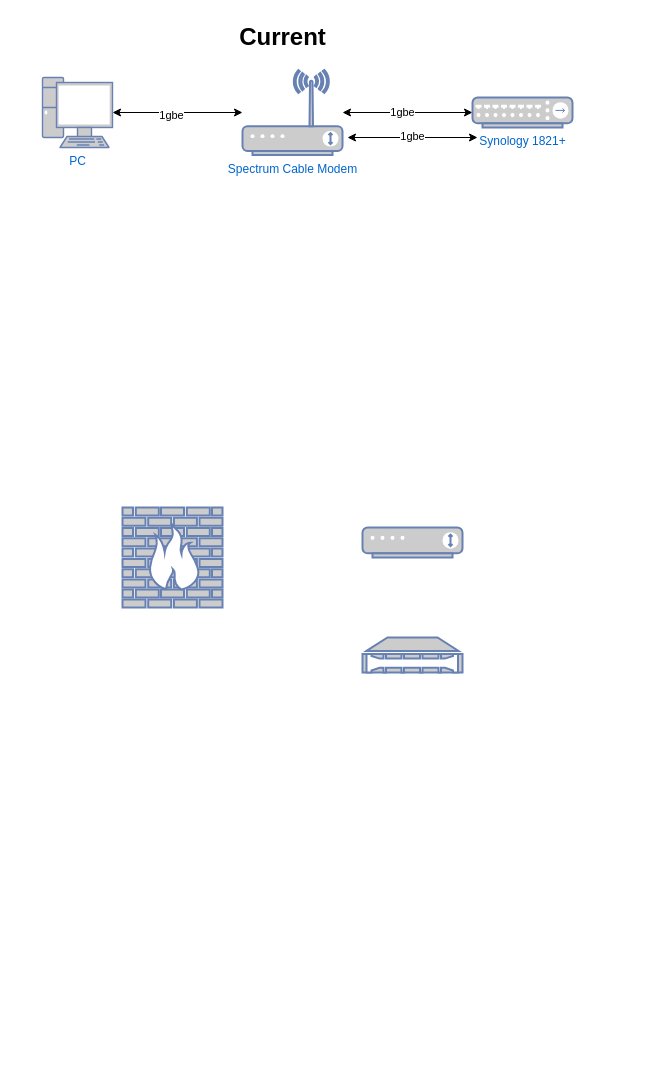
Earlier version of the draw.io diagram ajuniverse.drawio (mervincm/5MarsLabs-Public). Source tidied: cells renumbered, new cells numbered last; positions are measured from the earlier drawing's top-left corner, leaving out a move shared by most shapes. Both pictures are drawn from the tidied source at 100%, with x=0, y=0 at pixel (42, 17).
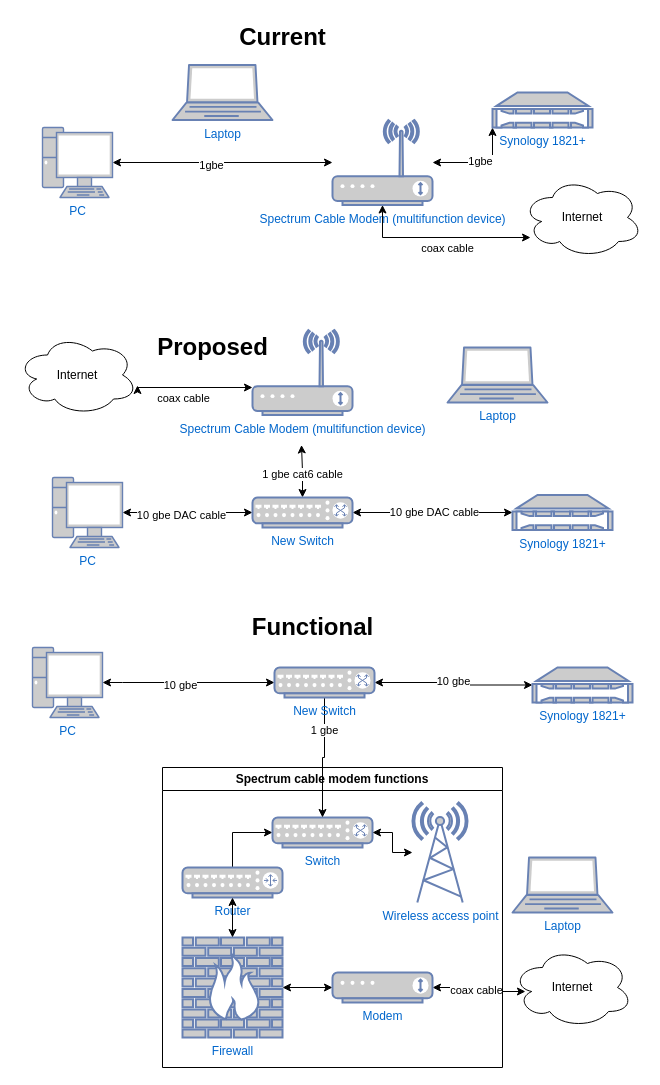
After the change.

Change to the diagram source:
```diff
@@
     <mxCell id="4" value="PC" style="fontColor=#0066CC;verticalAlign=top;verticalLabelPosition=bottom;labelPosition=center;align=center;html=1;outlineConnect=0;fillColor=#CCCCCC;strokeColor=#6881B3;gradientColor=none;gradientDirection=north;strokeWidth=2;shape=mxgraph.networks.pc;" parent="1" vertex="1">
-      <mxGeometry y="60" width="70" height="70" as="geometry" />
+      <mxGeometry y="110" width="70" height="70" as="geometry" />
     </mxCell>
-    <mxCell id="5" style="fontColor=#0066CC;verticalAlign=top;verticalLabelPosition=bottom;labelPosition=center;align=center;html=1;outlineConnect=0;fillColor=#CCCCCC;strokeColor=#6881B3;gradientColor=none;gradientDirection=north;strokeWidth=2;shape=mxgraph.networks.firewall;" parent="1" vertex="1">
-      <mxGeometry x="80" y="490" width="100" height="100" as="geometry" />
+    <mxCell id="5" value="Firewall" style="fontColor=#0066CC;verticalAlign=top;verticalLabelPosition=bottom;labelPosition=center;align=center;html=1;outlineConnect=0;fillColor=#CCCCCC;strokeColor=#6881B3;gradientColor=none;gradientDirection=north;strokeWidth=2;shape=mxgraph.networks.firewall;" parent="1" vertex="1">
+      <mxGeometry x="140" y="920" width="100" height="100" as="geometry" />
     </mxCell>
-    <mxCell id="6" style="edgeStyle=orthogonalEdgeStyle;rounded=0;jettySize=auto;html=1;startArrow=classic;startFill=1;" parent="1" edge="1" source="8" target="11">
-      <mxGeometry relative="1" as="geometry" />
-    </mxCell>
-    <mxCell id="7" value="1gbe" style="edgeLabel;html=1;align=center;verticalAlign=middle;" parent="6" vertex="1">
-      <mxGeometry x="0.09" y="-1" relative="1" as="geometry" />
-    </mxCell>
-    <mxCell id="8" value="Synology 1821+" style="fontColor=#0066CC;verticalAlign=top;verticalLabelPosition=bottom;labelPosition=center;align=center;html=1;outlineConnect=0;fillColor=#CCCCCC;strokeColor=#6881B3;gradientColor=none;gradientDirection=north;strokeWidth=2;shape=mxgraph.networks.hub;" parent="1" vertex="1">
-      <mxGeometry x="430" y="80" width="100" height="30" as="geometry" />
-    </mxCell>
-    <mxCell id="9" style="fontColor=#0066CC;verticalAlign=top;verticalLabelPosition=bottom;labelPosition=center;align=center;html=1;outlineConnect=0;fillColor=#CCCCCC;strokeColor=#6881B3;gradientColor=none;gradientDirection=north;strokeWidth=2;shape=mxgraph.networks.modem;" parent="1" vertex="1">
-      <mxGeometry x="320" y="510" width="100" height="30" as="geometry" />
-    </mxCell>
-    <mxCell id="10" style="fontColor=#0066CC;verticalAlign=top;verticalLabelPosition=bottom;labelPosition=center;align=center;html=1;fillColor=#CCCCCC;strokeColor=#6881B3;gradientColor=none;gradientDirection=north;strokeWidth=2;shape=mxgraph.networks.nas_filer;" parent="1" vertex="1">
-      <mxGeometry x="320" y="620" width="100" height="35" as="geometry" />
-    </mxCell>
+    <mxCell id="15" style="edgeStyle=orthogonalEdgeStyle;rounded=0;jettySize=auto;html=1;startArrow=classic;startFill=1;" parent="1" edge="1" source="9" target="5">
+      <mxGeometry relative="1" as="geometry" />
+    </mxCell>
-    <mxCell id="11" value="Spectrum Cable Modem" style="fontColor=#0066CC;verticalAlign=top;verticalLabelPosition=bottom;labelPosition=center;align=center;html=1;outlineConnect=0;fillColor=#CCCCCC;strokeColor=#6881B3;gradientColor=none;gradientDirection=north;strokeWidth=2;shape=mxgraph.networks.wireless_modem;" parent="1" vertex="1">
-      <mxGeometry x="200" y="52.5" width="100" height="85" as="geometry" />
+    <mxCell id="11" value="Spectrum Cable Modem (multifunction device)&lt;div&gt;&lt;br&gt;&lt;/div&gt;" style="fontColor=#0066CC;verticalAlign=top;verticalLabelPosition=bottom;labelPosition=center;align=center;html=1;outlineConnect=0;fillColor=#CCCCCC;strokeColor=#6881B3;gradientColor=none;gradientDirection=north;strokeWidth=2;shape=mxgraph.networks.wireless_modem;" parent="1" vertex="1">
+      <mxGeometry x="290" y="102.5" width="100" height="85" as="geometry" />
     </mxCell>
@@
-    <mxCell id="13" style="edgeStyle=orthogonalEdgeStyle;rounded=0;orthogonalLoop=1;jettySize=auto;html=1;startArrow=classic;startFill=1;" parent="1" edge="1">
-      <mxGeometry relative="1" as="geometry">
-        <mxPoint x="435" y="120" as="sourcePoint" />
-        <mxPoint x="305" y="120" as="targetPoint" />
-      </mxGeometry>
+    <mxCell id="13" style="edgeStyle=orthogonalEdgeStyle;rounded=0;jettySize=auto;html=1;startArrow=classic;startFill=1;exitX=0;exitY=1;exitDx=0;exitDy=0;exitPerimeter=0;" parent="1" edge="1" source="32" target="11">
+      <mxGeometry relative="1" as="geometry" />
     </mxCell>
@@
+    <mxCell id="16" value="PC" style="fontColor=#0066CC;verticalAlign=top;verticalLabelPosition=bottom;labelPosition=center;align=center;html=1;outlineConnect=0;fillColor=#CCCCCC;strokeColor=#6881B3;gradientColor=none;gradientDirection=north;strokeWidth=2;shape=mxgraph.networks.pc;" parent="1" vertex="1">
+      <mxGeometry x="-10" y="630" width="70" height="70" as="geometry" />
+    </mxCell>
+    <mxCell id="17" value="Functional" style="text;strokeColor=none;fillColor=none;html=1;fontSize=24;fontStyle=1;verticalAlign=middle;align=center;" parent="1" vertex="1">
+      <mxGeometry x="220" y="590" width="100" height="40" as="geometry" />
+    </mxCell>
+    <mxCell id="18" style="edgeStyle=orthogonalEdgeStyle;rounded=0;jettySize=auto;html=1;startArrow=classic;startFill=1;entryX=1;entryY=0.5;entryDx=0;entryDy=0;entryPerimeter=0;" parent="1" edge="1" source="33" target="53">
+      <mxGeometry relative="1" as="geometry" />
+    </mxCell>
+    <mxCell id="19" value="10 gbe" style="edgeLabel;html=1;align=center;verticalAlign=middle;" parent="18" vertex="1">
+      <mxGeometry x="0.02" y="-2" relative="1" as="geometry" />
+    </mxCell>
+    <mxCell id="20" style="edgeStyle=orthogonalEdgeStyle;rounded=0;jettySize=auto;html=1;entryX=0;entryY=0.5;entryDx=0;entryDy=0;entryPerimeter=0;" parent="1" edge="1" source="21" target="22">
+      <mxGeometry relative="1" as="geometry" />
+    </mxCell>
+    <mxCell id="21" value="Router" style="fontColor=#0066CC;verticalAlign=top;verticalLabelPosition=bottom;labelPosition=center;align=center;html=1;outlineConnect=0;fillColor=#CCCCCC;strokeColor=#6881B3;gradientColor=none;gradientDirection=north;strokeWidth=2;shape=mxgraph.networks.router;" parent="1" vertex="1">
+      <mxGeometry x="140" y="850" width="100" height="30" as="geometry" />
+    </mxCell>
+    <mxCell id="22" value="Switch" style="fontColor=#0066CC;verticalAlign=top;verticalLabelPosition=bottom;labelPosition=center;align=center;html=1;outlineConnect=0;fillColor=#CCCCCC;strokeColor=#6881B3;gradientColor=none;gradientDirection=north;strokeWidth=2;shape=mxgraph.networks.switch;" parent="1" vertex="1">
+      <mxGeometry x="230" y="800" width="100" height="30" as="geometry" />
+    </mxCell>
+    <mxCell id="23" style="edgeStyle=orthogonalEdgeStyle;rounded=0;jettySize=auto;html=1;startArrow=classic;startFill=1;entryX=1;entryY=0.5;entryDx=0;entryDy=0;entryPerimeter=0;" parent="1" edge="1" source="26" target="22">
+      <mxGeometry relative="1" as="geometry" />
+    </mxCell>
+    <mxCell id="24" style="edgeStyle=orthogonalEdgeStyle;rounded=0;jettySize=auto;html=1;startArrow=classic;startFill=1;exitX=1;exitY=0.5;exitDx=0;exitDy=0;exitPerimeter=0;" parent="1" edge="1" source="16" target="53">
+      <mxGeometry relative="1" as="geometry">
+        <Array as="points">
+          <mxPoint x="80" y="665" />
+        </Array>
+      </mxGeometry>
+    </mxCell>
+    <mxCell id="25" value="10 gbe" style="edgeLabel;html=1;align=center;verticalAlign=middle;" parent="24" vertex="1">
+      <mxGeometry x="-0.11" y="-2" relative="1" as="geometry" />
+    </mxCell>
+    <mxCell id="26" value="Wireless access point" style="fontColor=#0066CC;verticalAlign=top;verticalLabelPosition=bottom;labelPosition=center;align=center;html=1;outlineConnect=0;fillColor=#CCCCCC;strokeColor=#6881B3;gradientColor=none;gradientDirection=north;strokeWidth=2;shape=mxgraph.networks.radio_tower;" parent="1" vertex="1">
+      <mxGeometry x="370" y="785" width="55" height="100" as="geometry" />
+    </mxCell>
+    <mxCell id="27" style="edgeStyle=orthogonalEdgeStyle;rounded=0;jettySize=auto;html=1;startArrow=classic;startFill=1;" parent="1" edge="1" source="54" target="11">
+      <mxGeometry relative="1" as="geometry">
+        <Array as="points">
+          <mxPoint x="340" y="220" />
+        </Array>
+      </mxGeometry>
+    </mxCell>
+    <mxCell id="28" value="coax cable" style="edgeLabel;html=1;align=center;verticalAlign=middle;" parent="27" vertex="1">
+      <mxGeometry x="0.02" y="-2" relative="1" as="geometry">
+        <mxPoint x="8" y="12" as="offset" />
+      </mxGeometry>
+    </mxCell>
+    <mxCell id="29" style="edgeStyle=orthogonalEdgeStyle;rounded=0;jettySize=auto;html=1;startArrow=classic;startFill=1;exitX=0.108;exitY=0.55;exitDx=0;exitDy=0;exitPerimeter=0;" parent="1" edge="1" source="56" target="9">
+      <mxGeometry relative="1" as="geometry" />
+    </mxCell>
+    <mxCell id="30" value="coax cable" style="edgeLabel;html=1;align=center;verticalAlign=middle;" parent="29" vertex="1">
+      <mxGeometry x="0.02" y="-2" relative="1" as="geometry" />
+    </mxCell>
+    <mxCell id="31" style="edgeStyle=orthogonalEdgeStyle;rounded=0;jettySize=auto;html=1;entryX=0.5;entryY=1;entryDx=0;entryDy=0;entryPerimeter=0;startArrow=classic;startFill=1;" parent="1" edge="1" source="5" target="21">
+      <mxGeometry relative="1" as="geometry" />
+    </mxCell>
+    <mxCell id="32" value="Synology 1821+" style="fontColor=#0066CC;verticalAlign=top;verticalLabelPosition=bottom;labelPosition=center;align=center;html=1;outlineConnect=0;fillColor=#CCCCCC;strokeColor=#6881B3;gradientColor=none;gradientDirection=north;strokeWidth=2;shape=mxgraph.networks.nas_filer;" parent="1" vertex="1">
+      <mxGeometry x="450" y="75" width="100" height="35" as="geometry" />
+    </mxCell>
+    <mxCell id="33" value="Synology 1821+" style="fontColor=#0066CC;verticalAlign=top;verticalLabelPosition=bottom;labelPosition=center;align=center;html=1;outlineConnect=0;fillColor=#CCCCCC;strokeColor=#6881B3;gradientColor=none;gradientDirection=north;strokeWidth=2;shape=mxgraph.networks.nas_filer;" parent="1" vertex="1">
+      <mxGeometry x="490" y="650" width="100" height="35" as="geometry" />
+    </mxCell>
+    <mxCell id="34" value="Laptop&lt;div&gt;&lt;br&gt;&lt;/div&gt;" style="fontColor=#0066CC;verticalAlign=top;verticalLabelPosition=bottom;labelPosition=center;align=center;html=1;fillColor=#CCCCCC;strokeColor=#6881B3;gradientColor=none;gradientDirection=north;strokeWidth=2;shape=mxgraph.networks.laptop;" parent="1" vertex="1">
+      <mxGeometry x="130" y="47.5" width="100" height="55" as="geometry" />
+    </mxCell>
+    <mxCell id="35" value="Laptop&lt;div&gt;&lt;br&gt;&lt;/div&gt;" style="fontColor=#0066CC;verticalAlign=top;verticalLabelPosition=bottom;labelPosition=center;align=center;html=1;fillColor=#CCCCCC;strokeColor=#6881B3;gradientColor=none;gradientDirection=north;strokeWidth=2;shape=mxgraph.networks.laptop;" parent="1" vertex="1">
+      <mxGeometry x="470" y="840" width="100" height="55" as="geometry" />
+    </mxCell>
+    <mxCell id="36" value="Spectrum cable modem functions" style="swimlane;whiteSpace=wrap;html=1;" parent="1" vertex="1">
+      <mxGeometry x="120" y="750" width="340" height="300" as="geometry" />
+    </mxCell>
+    <mxCell id="9" value="Modem" style="fontColor=#0066CC;verticalAlign=top;verticalLabelPosition=bottom;labelPosition=center;align=center;html=1;outlineConnect=0;fillColor=#CCCCCC;strokeColor=#6881B3;gradientColor=none;gradientDirection=north;strokeWidth=2;shape=mxgraph.networks.modem;" parent="36" vertex="1">
+      <mxGeometry x="170" y="205" width="100" height="30" as="geometry" />
+    </mxCell>
+    <mxCell id="37" style="edgeStyle=orthogonalEdgeStyle;rounded=0;jettySize=auto;html=1;startArrow=classic;startFill=1;entryX=0;entryY=0.5;entryDx=0;entryDy=0;entryPerimeter=0;" parent="1" edge="1" source="39" target="50">
+      <mxGeometry relative="1" as="geometry" />
+    </mxCell>
+    <mxCell id="38" value="10 gbe DAC cable" style="edgeLabel;html=1;align=center;verticalAlign=middle;" parent="37" vertex="1">
+      <mxGeometry x="-0.11" y="-2" relative="1" as="geometry" />
+    </mxCell>
+    <mxCell id="39" value="PC" style="fontColor=#0066CC;verticalAlign=top;verticalLabelPosition=bottom;labelPosition=center;align=center;html=1;outlineConnect=0;fillColor=#CCCCCC;strokeColor=#6881B3;gradientColor=none;gradientDirection=north;strokeWidth=2;shape=mxgraph.networks.pc;" parent="1" vertex="1">
+      <mxGeometry x="10" y="460" width="70" height="70" as="geometry" />
+    </mxCell>
+    <mxCell id="40" style="edgeStyle=orthogonalEdgeStyle;rounded=0;jettySize=auto;html=1;startArrow=classic;startFill=1;entryX=1;entryY=0.631;entryDx=0;entryDy=0;entryPerimeter=0;" parent="1" edge="1" source="41" target="55">
+      <mxGeometry relative="1" as="geometry">
+        <Array as="points">
+          <mxPoint x="95" y="370" />
+        </Array>
+      </mxGeometry>
+    </mxCell>
+    <mxCell id="41" value="Spectrum Cable Modem (multifunction device)&lt;div&gt;&lt;br&gt;&lt;/div&gt;" style="fontColor=#0066CC;verticalAlign=top;verticalLabelPosition=bottom;labelPosition=center;align=center;html=1;outlineConnect=0;fillColor=#CCCCCC;strokeColor=#6881B3;gradientColor=none;gradientDirection=north;strokeWidth=2;shape=mxgraph.networks.wireless_modem;" parent="1" vertex="1">
+      <mxGeometry x="210" y="312.5" width="100" height="85" as="geometry" />
+    </mxCell>
+    <mxCell id="42" value="Proposed" style="text;strokeColor=none;fillColor=none;html=1;fontSize=24;fontStyle=1;verticalAlign=middle;align=center;" parent="1" vertex="1">
+      <mxGeometry x="120" y="310" width="100" height="40" as="geometry" />
+    </mxCell>
+    <mxCell id="43" style="edgeStyle=orthogonalEdgeStyle;rounded=0;jettySize=auto;html=1;startArrow=classic;startFill=1;entryX=1;entryY=0.5;entryDx=0;entryDy=0;entryPerimeter=0;exitX=0;exitY=0.5;exitDx=0;exitDy=0;exitPerimeter=0;" parent="1" edge="1" source="48" target="50">
+      <mxGeometry relative="1" as="geometry" />
+    </mxCell>
+    <mxCell id="44" value="10 gbe DAC cable" style="edgeLabel;html=1;align=center;verticalAlign=middle;" parent="43" vertex="1">
+      <mxGeometry x="-0.01" y="-1" relative="1" as="geometry" />
+    </mxCell>
+    <mxCell id="45" style="edgeStyle=orthogonalEdgeStyle;rounded=0;jettySize=auto;html=1;startArrow=classic;startFill=1;" parent="1" edge="1" source="50">
+      <mxGeometry relative="1" as="geometry">
+        <mxPoint x="259" y="427.5" as="targetPoint" />
+      </mxGeometry>
+    </mxCell>
+    <mxCell id="46" value="coax cable" style="edgeLabel;html=1;align=center;verticalAlign=middle;" parent="45" vertex="1">
+      <mxGeometry x="0.02" y="-2" relative="1" as="geometry">
+        <mxPoint x="-121" y="-73" as="offset" />
+      </mxGeometry>
+    </mxCell>
+    <mxCell id="47" value="1 gbe cat6 cable" style="edgeLabel;html=1;align=center;verticalAlign=middle;" parent="45" vertex="1">
+      <mxGeometry x="-0.09" y="1" relative="1" as="geometry" />
+    </mxCell>
+    <mxCell id="48" value="Synology 1821+" style="fontColor=#0066CC;verticalAlign=top;verticalLabelPosition=bottom;labelPosition=center;align=center;html=1;outlineConnect=0;fillColor=#CCCCCC;strokeColor=#6881B3;gradientColor=none;gradientDirection=north;strokeWidth=2;shape=mxgraph.networks.nas_filer;" parent="1" vertex="1">
+      <mxGeometry x="470" y="477.5" width="100" height="35" as="geometry" />
+    </mxCell>
+    <mxCell id="49" value="Laptop&lt;div&gt;&lt;br&gt;&lt;/div&gt;" style="fontColor=#0066CC;verticalAlign=top;verticalLabelPosition=bottom;labelPosition=center;align=center;html=1;fillColor=#CCCCCC;strokeColor=#6881B3;gradientColor=none;gradientDirection=north;strokeWidth=2;shape=mxgraph.networks.laptop;" parent="1" vertex="1">
+      <mxGeometry x="405" y="330" width="100" height="55" as="geometry" />
+    </mxCell>
+    <mxCell id="50" value="New Switch" style="fontColor=#0066CC;verticalAlign=top;verticalLabelPosition=bottom;labelPosition=center;align=center;html=1;outlineConnect=0;fillColor=#CCCCCC;strokeColor=#6881B3;gradientColor=none;gradientDirection=north;strokeWidth=2;shape=mxgraph.networks.switch;" parent="1" vertex="1">
+      <mxGeometry x="210" y="480" width="100" height="30" as="geometry" />
+    </mxCell>
+    <mxCell id="51" style="edgeStyle=orthogonalEdgeStyle;rounded=0;jettySize=auto;html=1;" parent="1" edge="1" source="53" target="22">
+      <mxGeometry relative="1" as="geometry" />
+    </mxCell>
+    <mxCell id="52" value="1 gbe" style="edgeLabel;html=1;align=center;verticalAlign=middle;" parent="51" vertex="1">
+      <mxGeometry x="-0.47" y="-1" relative="1" as="geometry" />
+    </mxCell>
+    <mxCell id="53" value="New Switch" style="fontColor=#0066CC;verticalAlign=top;verticalLabelPosition=bottom;labelPosition=center;align=center;html=1;outlineConnect=0;fillColor=#CCCCCC;strokeColor=#6881B3;gradientColor=none;gradientDirection=north;strokeWidth=2;shape=mxgraph.networks.switch;" parent="1" vertex="1">
+      <mxGeometry x="232" y="650" width="100" height="30" as="geometry" />
+    </mxCell>
+    <mxCell id="54" value="Internet" style="ellipse;shape=cloud;whiteSpace=wrap;html=1;" parent="1" vertex="1">
+      <mxGeometry x="480" y="160" width="120" height="80" as="geometry" />
+    </mxCell>
+    <mxCell id="55" value="Internet" style="ellipse;shape=cloud;whiteSpace=wrap;html=1;" parent="1" vertex="1">
+      <mxGeometry x="-25" y="317.5" width="120" height="80" as="geometry" />
+    </mxCell>
+    <mxCell id="56" value="Internet" style="ellipse;shape=cloud;whiteSpace=wrap;html=1;" parent="1" vertex="1">
+      <mxGeometry x="470" y="930" width="120" height="80" as="geometry" />
+    </mxCell>
```
